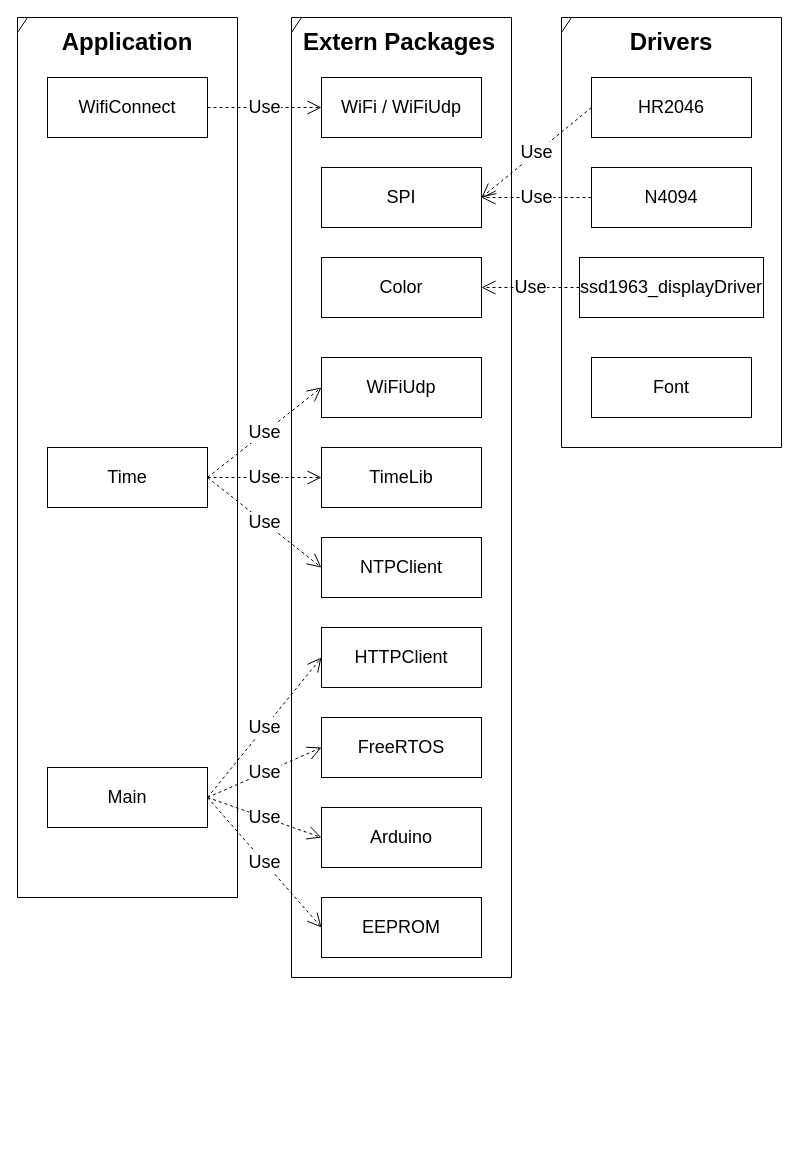
This is Rapport/Arkitektur/AMS_SW_arkitektur.drawio from flamefir/AMS-Final-Project, a draw.io file, before an edit. Source tidied: cells renumbered, new cells numbered last; positions are measured from the earlier drawing's top-left corner, leaving out a move shared by most shapes. Both pictures are drawn from the tidied source at 100%, with x=0, y=0 at pixel (17, 17).
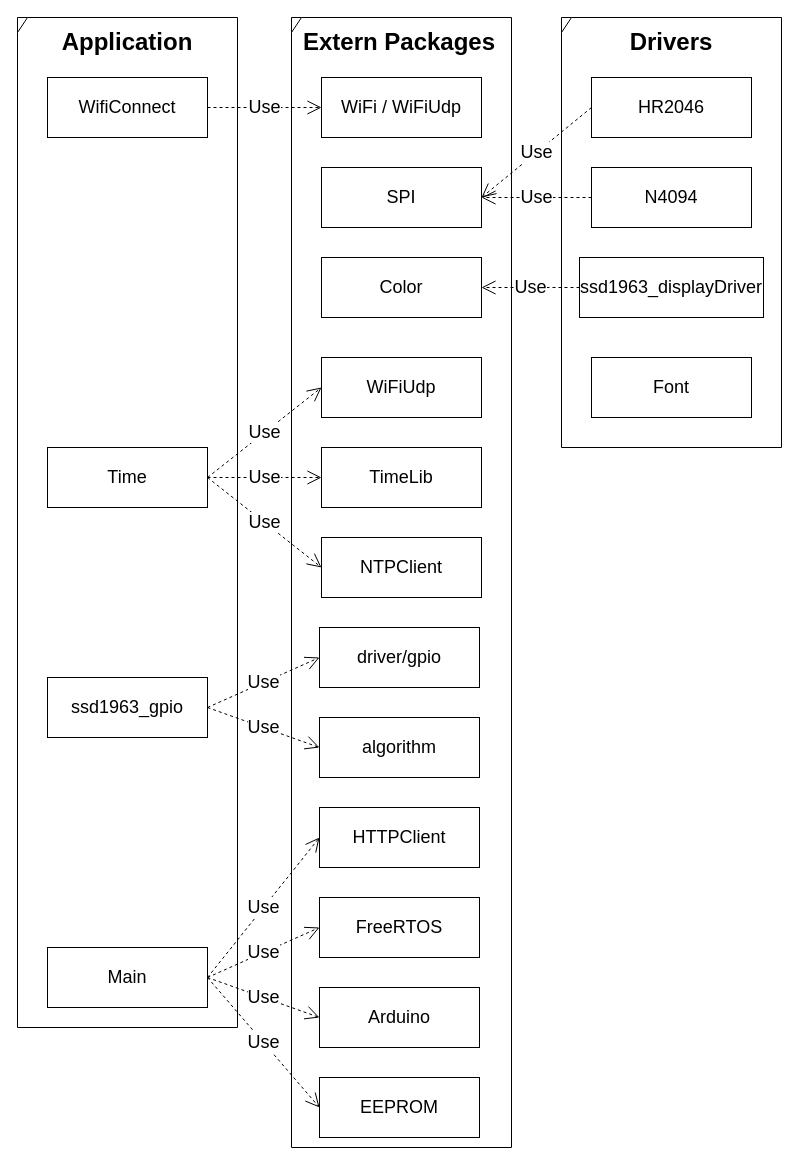
The same diagram, later.

What changed in the source:
```diff
@@
     <mxCell id="17" style="shape=umlFrame;whiteSpace=wrap;html=1;width=10;height=15;fontSize=18;" parent="1" vertex="1">
-      <mxGeometry width="220" height="880" as="geometry" />
+      <mxGeometry width="220" height="1010" as="geometry" />
     </mxCell>
@@
     <mxCell id="19" style="shape=umlFrame;whiteSpace=wrap;html=1;width=10;height=15;fontSize=18;" parent="1" vertex="1">
-      <mxGeometry x="274" width="220" height="960" as="geometry" />
+      <mxGeometry x="274" width="220" height="1130" as="geometry" />
     </mxCell>
@@
     <mxCell id="21" value="Main" style="rounded=0;whiteSpace=wrap;html=1;fontSize=18;" parent="1" vertex="1">
-      <mxGeometry x="30" y="750" width="160" height="60" as="geometry" />
+      <mxGeometry x="30" y="930" width="160" height="60" as="geometry" />
     </mxCell>
@@
     <mxCell id="23" value="HTTPClient" style="rounded=0;whiteSpace=wrap;html=1;fontSize=18;" parent="1" vertex="1">
-      <mxGeometry x="304" y="610" width="160" height="60" as="geometry" />
+      <mxGeometry x="302" y="790" width="160" height="60" as="geometry" />
     </mxCell>
@@
     <mxCell id="26" value="FreeRTOS" style="rounded=0;whiteSpace=wrap;html=1;fontSize=18;" parent="1" vertex="1">
-      <mxGeometry x="304" y="700" width="160" height="60" as="geometry" />
+      <mxGeometry x="302" y="880" width="160" height="60" as="geometry" />
     </mxCell>
@@
     <mxCell id="31" value="Arduino" style="rounded=0;whiteSpace=wrap;html=1;fontSize=18;" parent="1" vertex="1">
-      <mxGeometry x="304" y="790" width="160" height="60" as="geometry" />
+      <mxGeometry x="302" y="970" width="160" height="60" as="geometry" />
     </mxCell>
@@
     <mxCell id="34" value="EEPROM" style="rounded=0;whiteSpace=wrap;html=1;fontSize=18;" parent="1" vertex="1">
-      <mxGeometry x="304" y="880" width="160" height="60" as="geometry" />
+      <mxGeometry x="302" y="1060" width="160" height="60" as="geometry" />
     </mxCell>
@@
+    <mxCell id="36" value="ssd1963_gpio" style="rounded=0;whiteSpace=wrap;html=1;fontSize=18;" parent="1" vertex="1">
+      <mxGeometry x="30" y="660" width="160" height="60" as="geometry" />
+    </mxCell>
+    <mxCell id="37" value="driver/gpio" style="rounded=0;whiteSpace=wrap;html=1;fontSize=18;" parent="1" vertex="1">
+      <mxGeometry x="302" y="610" width="160" height="60" as="geometry" />
+    </mxCell>
+    <mxCell id="38" value="algorithm" style="rounded=0;whiteSpace=wrap;html=1;fontSize=18;" parent="1" vertex="1">
+      <mxGeometry x="302" y="700" width="160" height="60" as="geometry" />
+    </mxCell>
+    <mxCell id="39" value="Use" style="endArrow=open;endSize=12;dashed=1;html=1;rounded=0;entryX=0;entryY=0.5;entryDx=0;entryDy=0;exitX=1;exitY=0.5;exitDx=0;exitDy=0;fontSize=18;" parent="1" edge="1" source="36" target="38">
+      <mxGeometry relative="1" as="geometry" />
+    </mxCell>
+    <mxCell id="40" value="Use" style="endArrow=open;endSize=12;dashed=1;html=1;rounded=0;entryX=0;entryY=0.5;entryDx=0;entryDy=0;exitX=1;exitY=0.5;exitDx=0;exitDy=0;fontSize=18;" parent="1" edge="1" source="36" target="37">
+      <mxGeometry relative="1" as="geometry" />
+    </mxCell>
```
